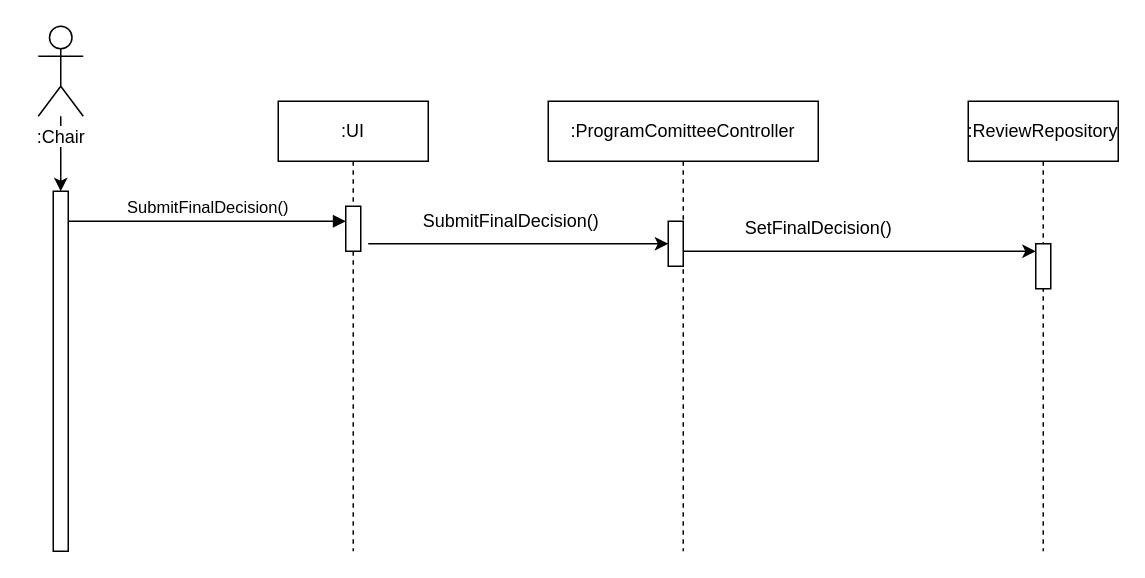
Before: page "Page-1" (1 of 2) of documents/drawio-files/SequenceDiagrams/CoChairSequenceDiagram.drawio in horatiu-udrea/RuntimeTerror, a draw.io diagram. Source tidied: cells renumbered, new cells numbered last; positions are measured from the earlier drawing's top-left corner, leaving out a move shared by most shapes. Both pictures are drawn from the tidied source at 150%, with x=0, y=0 at pixel (38, 26).
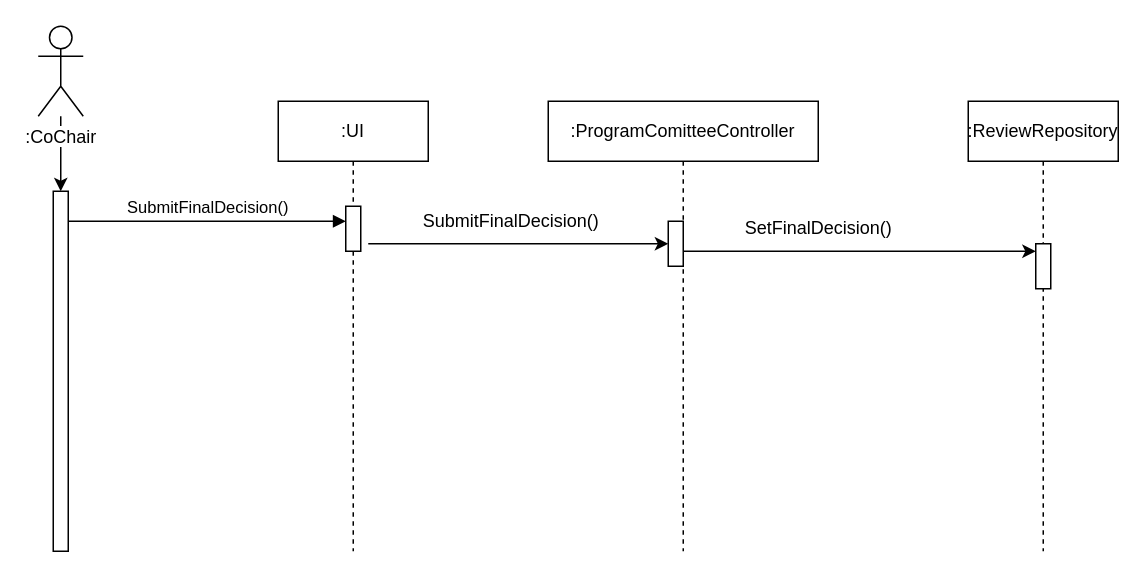
The same diagram, later.

What changed in the source:
```diff
@@
-    <mxCell id="8" value=":Chair" style="shape=umlActor;verticalLabelPosition=bottom;labelBackgroundColor=#ffffff;verticalAlign=top;html=1;" parent="1" vertex="1">
+    <mxCell id="8" value=":CoChair" style="shape=umlActor;verticalLabelPosition=bottom;labelBackgroundColor=#ffffff;verticalAlign=top;html=1;" parent="1" vertex="1">
       <mxGeometry width="30" height="60" as="geometry" />
     </mxCell>
```
